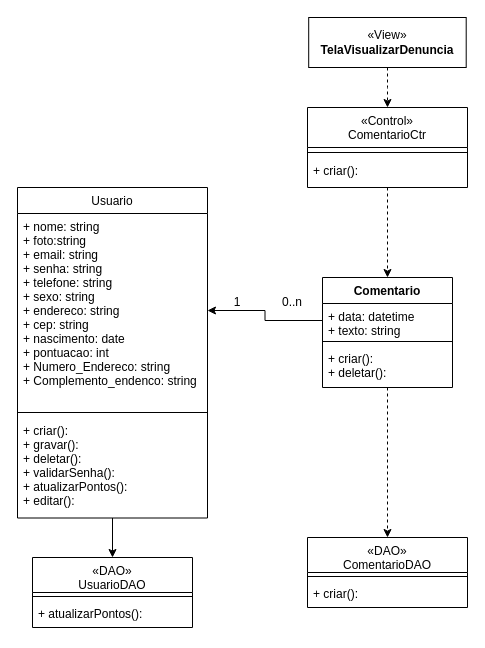
This is Documentação/Diagramas/Diagramas de Casos de Uso/Diagrama de Caso de Uso Comentar.drawio from frsouzaa/Documentacao-TCC-NossaVia, a draw.io file, before an edit. Source tidied: cells renumbered, new cells numbered last; positions are measured from the earlier drawing's top-left corner, leaving out a move shared by most shapes. Both pictures are drawn from the tidied source at 100%, with x=0, y=0 at pixel (17, 17).
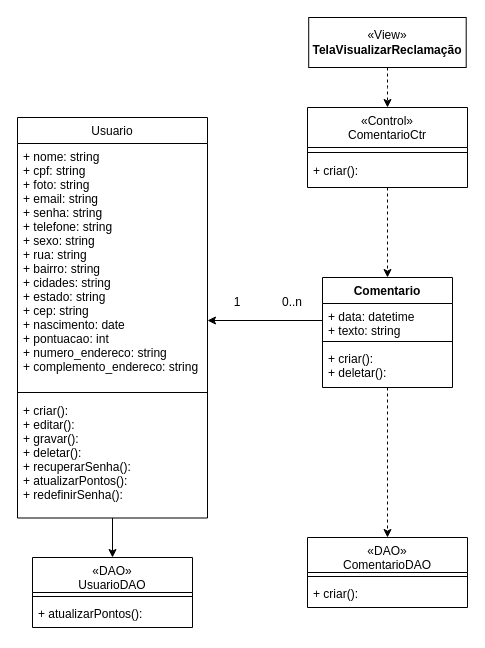
The same page after the edit.

Unchanged cells that the change refers to:
```xml
<mxCell id="18" value="+ data: datetime&lt;br&gt;+ texto: string" style="text;strokeColor=none;fillColor=none;align=left;verticalAlign=top;spacingLeft=4;spacingRight=4;overflow=hidden;points=[[0,0.5],[1,0.5]];portConstraint=eastwest;whiteSpace=wrap;html=1;" parent="17" vertex="1">
  <mxGeometry y="26" width="130" height="34" as="geometry" />
</mxCell>
```

Diff of the diagram source:
```diff
@@
-    <mxCell id="3" value="«View»&lt;br&gt;&lt;b&gt;TelaVisualizarDenuncia&lt;br&gt;&lt;/b&gt;" style="html=1;whiteSpace=wrap;" parent="1" vertex="1">
+    <mxCell id="3" value="«View»&lt;br&gt;&lt;b&gt;TelaVisualizarReclamação&lt;br&gt;&lt;/b&gt;" style="html=1;whiteSpace=wrap;" parent="1" vertex="1">
       <mxGeometry x="291.2" width="157.5" height="50" as="geometry" />
     </mxCell>
@@
     <mxCell id="22" value="Usuario" style="swimlane;fontStyle=0;align=center;verticalAlign=top;horizontal=1;startSize=26;rounded=0;shadow=0;strokeWidth=1;" parent="1" vertex="1">
-      <mxGeometry y="170" width="190" height="330.5" as="geometry" />
+      <mxGeometry y="100" width="190" height="400.5" as="geometry" />
     </mxCell>
-    <mxCell id="23" value="+ nome: string&#10;+ foto:string&#10;+ email: string&#10;+ senha: string&#10;+ telefone: string&#10;+ sexo: string&#10;+ endereco: string&#10;+ cep: string&#10;+ nascimento: date&#10;+ pontuacao: int&#10;+ Numero_Endereco: string &#10;+ Complemento_endenco: string" style="text;align=left;verticalAlign=top;spacingLeft=4;spacingRight=4;overflow=hidden;points=[[0,0.5],[1,0.5]];portConstraint=eastwest;" parent="22" vertex="1">
-      <mxGeometry y="26" width="190" height="194" as="geometry" />
+    <mxCell id="23" value="+ nome: string&#10;+ cpf: string&#10;+ foto: string&#10;+ email: string&#10;+ senha: string&#10;+ telefone: string&#10;+ sexo: string&#10;+ rua: string&#10;+ bairro: string&#10;+ cidades: string&#10;+ estado: string&#10;+ cep: string&#10;+ nascimento: date&#10;+ pontuacao: int&#10;+ numero_endereco: string&#10;+ complemento_endereco: string" style="text;align=left;verticalAlign=top;spacingLeft=4;spacingRight=4;overflow=hidden;points=[[0,0.5],[1,0.5]];portConstraint=eastwest;" parent="22" vertex="1">
+      <mxGeometry y="26" width="190" height="244" as="geometry" />
     </mxCell>
     <mxCell id="24" style="line;html=1;strokeWidth=1;align=left;verticalAlign=middle;spacingTop=-1;spacingLeft=3;spacingRight=3;labelPosition=right;" parent="22" vertex="1">
-      <mxGeometry y="220" width="190" height="10" as="geometry" />
+      <mxGeometry y="270" width="190" height="10" as="geometry" />
     </mxCell>
-    <mxCell id="25" value="+ criar(): &#10;+ gravar():&#10;+ deletar(): &#10;+ validarSenha():&#10;+ atualizarPontos():&#10;+ editar():" style="text;align=left;verticalAlign=top;spacingLeft=4;spacingRight=4;overflow=hidden;" parent="22" vertex="1">
-      <mxGeometry y="230" width="190" height="92" as="geometry" />
+    <mxCell id="25" value="+ criar():&#10;+ editar(): &#10;+ gravar():&#10;+ deletar(): &#10;+ recuperarSenha():&#10;+ atualizarPontos():&#10;+ redefinirSenha():" style="text;align=left;verticalAlign=top;spacingLeft=4;spacingRight=4;overflow=hidden;" parent="22" vertex="1">
+      <mxGeometry y="280" width="190" height="110" as="geometry" />
     </mxCell>
-    <mxCell id="26" style="edgeStyle=orthogonalEdgeStyle;rounded=0;jettySize=auto;html=1;exitX=0;exitY=0.5;exitDx=0;exitDy=0;entryX=1;entryY=0.5;entryDx=0;entryDy=0;" parent="1" edge="1" source="18" target="23">
-      <mxGeometry relative="1" as="geometry" />
+    <mxCell id="26" style="edgeStyle=orthogonalEdgeStyle;rounded=0;jettySize=auto;html=1;exitX=0;exitY=0.5;exitDx=0;exitDy=0;" parent="1" edge="1" source="18">
+      <mxGeometry relative="1" as="geometry">
+        <mxPoint x="190" y="303" as="targetPoint" />
+        <Array as="points">
+          <mxPoint x="190" y="303" />
+        </Array>
+      </mxGeometry>
     </mxCell>
```
